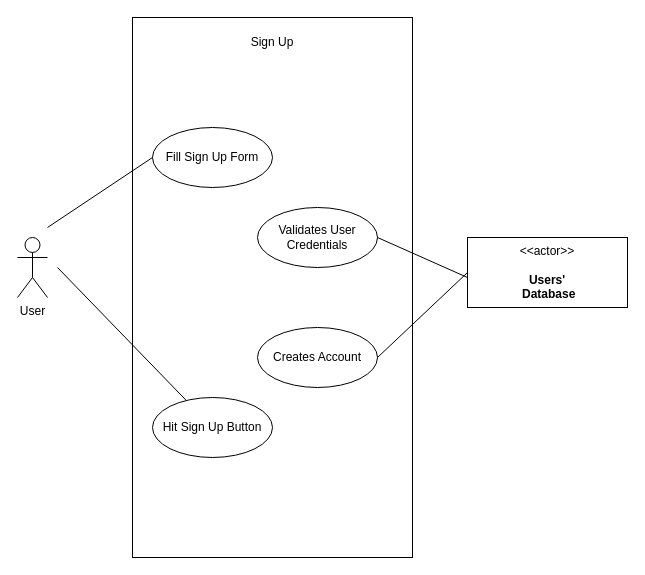
Above: page "Sign Up" (2 of 16) of Week-7-Team-04-Use Case Diagrams (2).drawio in Vaibhav-G-Parmar/Chronicle-Your-Ultimate-Travel-Companion (draw.io), before the change. Source tidied: cells renumbered, new cells numbered last; positions are measured from the earlier drawing's top-left corner, leaving out a move shared by most shapes. Both pictures are drawn from the tidied source at 100%, with x=0, y=0 at pixel (17, 17).
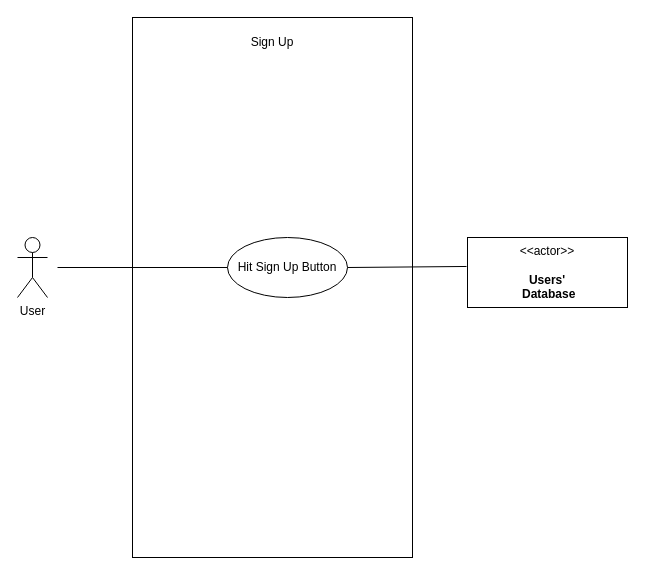
Above is the later version.

What changed in the source:
```diff
@@
 <mxGraphModel>
   <root>
     <mxCell id="0" />
     <mxCell id="1" parent="0" />
     <mxCell id="2" value="&lt;h2&gt;&lt;br&gt;&lt;/h2&gt;" style="rounded=0;whiteSpace=wrap;html=1;align=center;" parent="1" vertex="1">
       <mxGeometry x="115" width="280" height="540" as="geometry" />
     </mxCell>
-    <mxCell id="3" value="Fill Sign Up Form" style="ellipse;whiteSpace=wrap;html=1;" parent="1" vertex="1">
-      <mxGeometry x="135" y="110" width="120" height="60" as="geometry" />
-    </mxCell>
     <mxCell id="4" value="User&lt;br&gt;" style="shape=umlActor;verticalLabelPosition=bottom;verticalAlign=top;html=1;" parent="1" vertex="1">
       <mxGeometry y="220" width="30" height="60" as="geometry" />
     </mxCell>
     <mxCell id="5" value="&amp;lt;&amp;lt;actor&amp;gt;&amp;gt;&lt;br&gt;&lt;br&gt;&lt;b&gt;Users'&lt;br&gt;&amp;nbsp;Database&lt;br&gt;&lt;/b&gt;" style="html=1;align=center;verticalAlign=middle;dashed=0;whiteSpace=wrap;" parent="1" vertex="1">
       <mxGeometry x="450" y="220" width="160" height="70" as="geometry" />
     </mxCell>
-    <mxCell id="6" style="endArrow=none;html=1;rounded=0;entryX=0;entryY=0.5;entryDx=0;entryDy=0;" parent="1" edge="1" target="3">
-      <mxGeometry relative="1" as="geometry">
-        <mxPoint x="30" y="210" as="sourcePoint" />
-      </mxGeometry>
-    </mxCell>
     <mxCell id="7" value="Sign Up" style="text;html=1;strokeColor=none;fillColor=none;align=center;verticalAlign=middle;whiteSpace=wrap;rounded=0;" parent="1" vertex="1">
       <mxGeometry x="225" y="10" width="60" height="30" as="geometry" />
     </mxCell>
     <mxCell id="8" value="Hit Sign Up Button" style="ellipse;whiteSpace=wrap;html=1;" parent="1" vertex="1">
-      <mxGeometry x="135" y="380" width="120" height="60" as="geometry" />
+      <mxGeometry x="210" y="220" width="120" height="60" as="geometry" />
     </mxCell>
     <mxCell id="9" style="endArrow=none;html=1;rounded=0;" parent="1" edge="1" target="8">
       <mxGeometry relative="1" as="geometry">
         <mxPoint x="40" y="250" as="sourcePoint" />
       </mxGeometry>
     </mxCell>
-    <mxCell id="10" value="Validates User Credentials" style="ellipse;whiteSpace=wrap;html=1;" parent="1" vertex="1">
-      <mxGeometry x="240" y="190" width="120" height="60" as="geometry" />
-    </mxCell>
-    <mxCell id="11" style="endArrow=none;html=1;rounded=0;exitX=1;exitY=0.5;exitDx=0;exitDy=0;" parent="1" edge="1" source="10">
-      <mxGeometry relative="1" as="geometry">
-        <mxPoint x="450" y="260" as="targetPoint" />
-      </mxGeometry>
+    <mxCell id="11" style="endArrow=none;html=1;rounded=0;exitX=1;exitY=0.5;exitDx=0;exitDy=0;entryX=-0.006;entryY=0.414;entryDx=0;entryDy=0;entryPerimeter=0;" parent="1" edge="1" source="8" target="5">
+      <mxGeometry relative="1" as="geometry" />
     </mxCell>
-    <mxCell id="12" value="Creates Account" style="ellipse;whiteSpace=wrap;html=1;" parent="1" vertex="1">
-      <mxGeometry x="240" y="310" width="120" height="60" as="geometry" />
-    </mxCell>
-    <mxCell id="13" style="endArrow=none;html=1;rounded=0;exitX=1;exitY=0.5;exitDx=0;exitDy=0;entryX=0;entryY=0.5;entryDx=0;entryDy=0;" parent="1" edge="1" source="12" target="5">
-      <mxGeometry relative="1" as="geometry" />
-    </mxCell>
   </root>
 </mxGraphModel>
```
